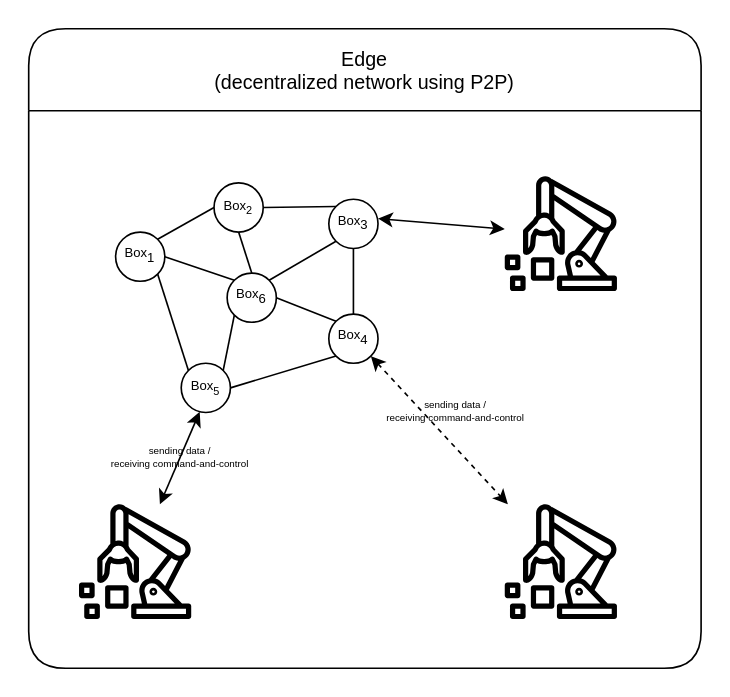
Before: page "E2: Edge" (7 of 8) of Untitled Diagram.drawio in JJJS777/Praxisprojekt2022, a draw.io diagram. Source tidied: cells renumbered, new cells numbered last; positions are measured from the earlier drawing's top-left corner, leaving out a move shared by most shapes. Both pictures are drawn from the tidied source at 164%, with x=0, y=0 at pixel (28, 28).
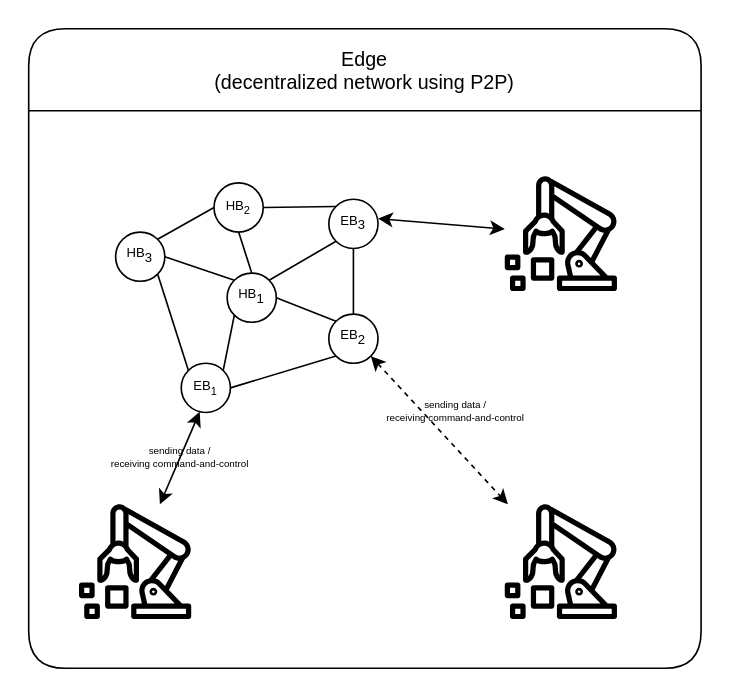
After the change.

Unchanged cells that the change refers to:
```xml
<mxCell id="10" style="group;" parent="2" vertex="1">
  <mxGeometry x="53" y="94" width="160" height="140" as="geometry" />
</mxCell>
```

Diff of the diagram source:
```diff
@@
-    <mxCell id="11" value="Box&lt;sub style=&quot;font-size: 8px;&quot;&gt;1&lt;/sub&gt;" style="ellipse;whiteSpace=wrap;html=1;fontSize=8;fillColor=none;strokeColor=#000000;" parent="10" vertex="1">
+    <mxCell id="11" value="HB&lt;sub style=&quot;font-size: 8px;&quot;&gt;3&lt;/sub&gt;" style="ellipse;whiteSpace=wrap;html=1;fontSize=8;fillColor=none;strokeColor=#000000;" parent="10" vertex="1">
       <mxGeometry y="30" width="30" height="30" as="geometry" />
     </mxCell>
-    <mxCell id="12" value="Box&lt;sub style=&quot;font-size: 8px;&quot;&gt;6&lt;/sub&gt;" style="ellipse;whiteSpace=wrap;html=1;fontSize=8;fillColor=none;strokeColor=#000000;" parent="10" vertex="1">
+    <mxCell id="12" value="HB&lt;sub style=&quot;font-size: 8px;&quot;&gt;1&lt;/sub&gt;" style="ellipse;whiteSpace=wrap;html=1;fontSize=8;fillColor=none;strokeColor=#000000;" parent="10" vertex="1">
       <mxGeometry x="68" y="55" width="30" height="30" as="geometry" />
     </mxCell>
-    <mxCell id="13" value="Box&lt;sub style=&quot;font-size: 8px;&quot;&gt;3&lt;/sub&gt;" style="ellipse;whiteSpace=wrap;html=1;fontSize=8;fillColor=none;strokeColor=#000000;" parent="10" vertex="1">
+    <mxCell id="13" value="EB&lt;sub style=&quot;font-size: 8px;&quot;&gt;3&lt;/sub&gt;" style="ellipse;whiteSpace=wrap;html=1;fontSize=8;fillColor=none;strokeColor=#000000;" parent="10" vertex="1">
       <mxGeometry x="130" y="10" width="30" height="30" as="geometry" />
     </mxCell>
-    <mxCell id="14" value="Box&lt;sub style=&quot;font-size: 8px;&quot;&gt;4&lt;/sub&gt;" style="ellipse;whiteSpace=wrap;html=1;fontSize=8;fillColor=none;strokeColor=#000000;" parent="10" vertex="1">
+    <mxCell id="14" value="EB&lt;sub style=&quot;font-size: 8px;&quot;&gt;2&lt;/sub&gt;" style="ellipse;whiteSpace=wrap;html=1;fontSize=8;fillColor=none;strokeColor=#000000;" parent="10" vertex="1">
       <mxGeometry x="130" y="80" width="30" height="30" as="geometry" />
     </mxCell>
-    <mxCell id="15" value="Box&lt;sub&gt;2&lt;/sub&gt;" style="ellipse;whiteSpace=wrap;html=1;fontSize=8;fillColor=none;strokeColor=#000000;" parent="10" vertex="1">
+    <mxCell id="15" value="HB&lt;sub&gt;2&lt;/sub&gt;" style="ellipse;whiteSpace=wrap;html=1;fontSize=8;fillColor=none;strokeColor=#000000;" parent="10" vertex="1">
       <mxGeometry x="60" width="30" height="30" as="geometry" />
     </mxCell>
-    <mxCell id="16" value="Box&lt;sub&gt;5&lt;/sub&gt;" style="ellipse;whiteSpace=wrap;html=1;fontSize=8;fillColor=none;strokeColor=#000000;" parent="10" vertex="1">
+    <mxCell id="16" value="EB&lt;sub&gt;1&lt;/sub&gt;" style="ellipse;whiteSpace=wrap;html=1;fontSize=8;fillColor=none;strokeColor=#000000;" parent="10" vertex="1">
       <mxGeometry x="40" y="110" width="30" height="30" as="geometry" />
     </mxCell>
```
